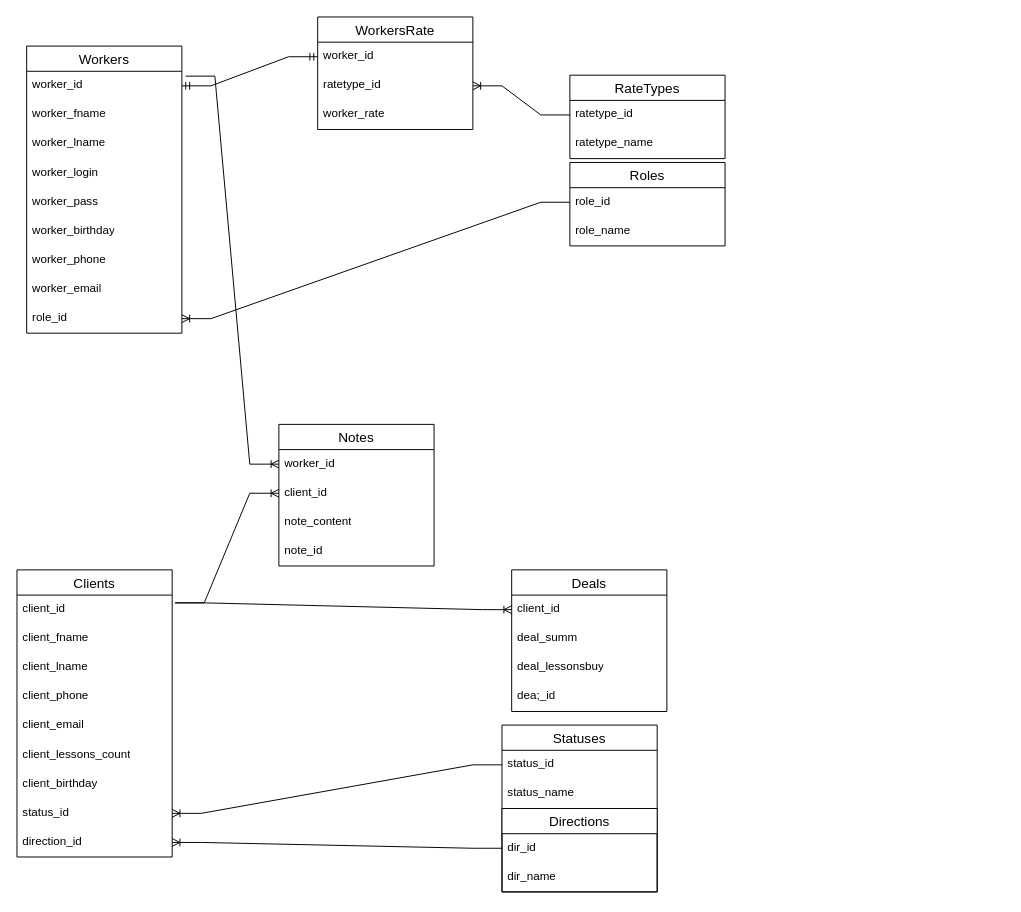
This is server_notes/db_diagramm.drawio from KBcHMFollower/crm, a draw.io file, before an edit. Source tidied: cells renumbered, new cells numbered last; positions are measured from the earlier drawing's top-left corner, leaving out a move shared by most shapes. Both pictures are drawn from the tidied source at 97%, with x=0, y=0 at pixel (16, 16).
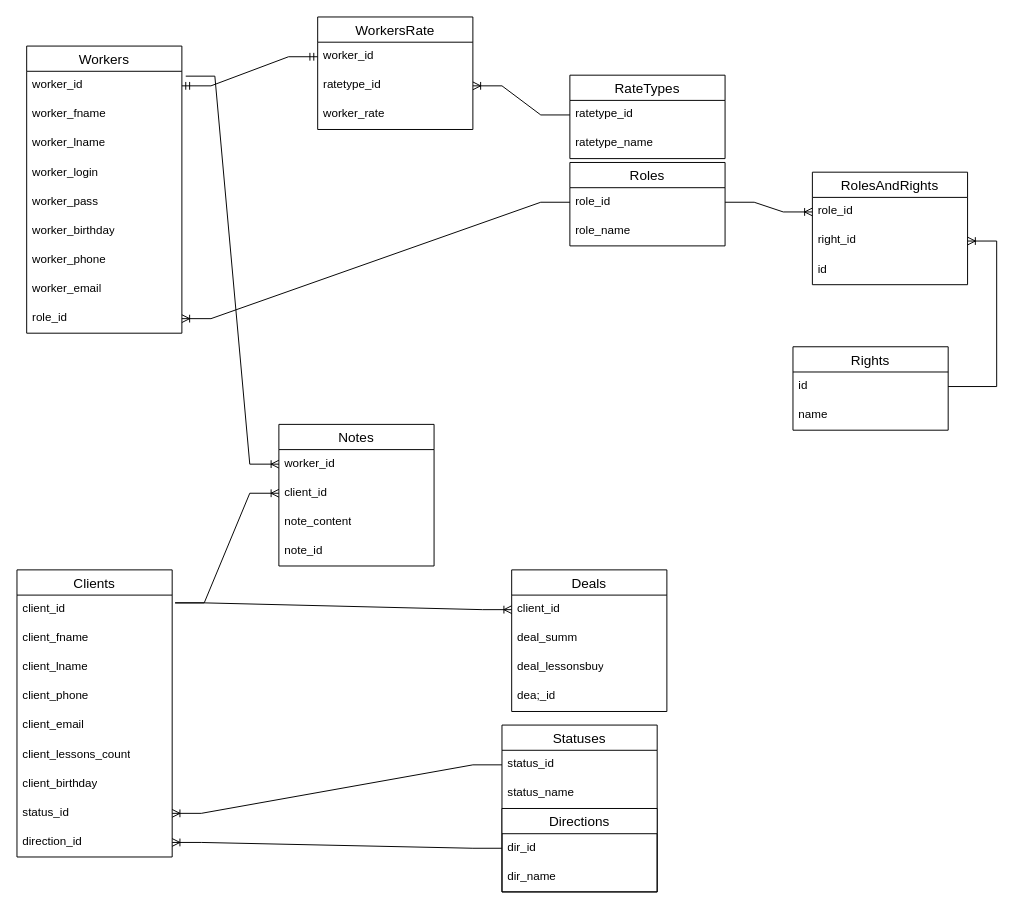
The same page after the edit.

Unchanged cells that the change refers to:
```xml
<mxCell id="20" value="role_id" style="text;strokeColor=none;fillColor=none;spacingLeft=4;spacingRight=4;overflow=hidden;points=[[0,0.5],[1,0.5]];portConstraint=eastwest;fontSize=12;whiteSpace=wrap;html=1;" parent="19" vertex="1">
  <mxGeometry y="26" width="160" height="30" as="geometry" />
</mxCell>
```

The edit, as a diff of the source:
```diff
@@
+    <mxCell id="56" value="Rights" style="swimlane;fontStyle=0;horizontal=1;startSize=26;align=center;fontSize=14;" parent="1" vertex="1">
+      <mxGeometry x="800" y="340" width="160" height="86" as="geometry" />
+    </mxCell>
+    <mxCell id="57" value="id" style="text;strokeColor=none;fillColor=none;spacingLeft=4;spacingRight=4;overflow=hidden;points=[[0,0.5],[1,0.5]];portConstraint=eastwest;fontSize=12;whiteSpace=wrap;html=1;" parent="56" vertex="1">
+      <mxGeometry y="26" width="160" height="30" as="geometry" />
+    </mxCell>
+    <mxCell id="58" value="name" style="text;strokeColor=none;fillColor=none;spacingLeft=4;spacingRight=4;overflow=hidden;fontSize=12;whiteSpace=wrap;html=1;" parent="56" vertex="1">
+      <mxGeometry y="56" width="160" height="30" as="geometry" />
+    </mxCell>
+    <mxCell id="59" value="RolesAndRights" style="swimlane;fontStyle=0;horizontal=1;startSize=26;align=center;fontSize=14;" parent="1" vertex="1">
+      <mxGeometry x="820" y="160" width="160" height="116" as="geometry" />
+    </mxCell>
+    <mxCell id="60" value="role_id" style="text;strokeColor=none;fillColor=none;spacingLeft=4;spacingRight=4;overflow=hidden;points=[[0,0.5],[1,0.5]];portConstraint=eastwest;fontSize=12;whiteSpace=wrap;html=1;" parent="59" vertex="1">
+      <mxGeometry y="26" width="160" height="30" as="geometry" />
+    </mxCell>
+    <mxCell id="61" value="right_id" style="text;strokeColor=none;fillColor=none;spacingLeft=4;spacingRight=4;overflow=hidden;points=[[0,0.5],[1,0.5]];portConstraint=eastwest;fontSize=12;whiteSpace=wrap;html=1;" parent="59" vertex="1">
+      <mxGeometry y="56" width="160" height="30" as="geometry" />
+    </mxCell>
+    <mxCell id="62" value="id" style="text;strokeColor=none;fillColor=none;spacingLeft=4;spacingRight=4;overflow=hidden;fontSize=12;whiteSpace=wrap;html=1;" parent="59" vertex="1">
+      <mxGeometry y="86" width="160" height="30" as="geometry" />
+    </mxCell>
+    <mxCell id="63" style="edgeStyle=entityRelationEdgeStyle;fontSize=12;html=1;endArrow=ERoneToMany;rounded=0;exitX=1;exitY=0.5;exitDx=0;exitDy=0;" parent="1" edge="1" source="57" target="61">
+      <mxGeometry relative="1" as="geometry" />
+    </mxCell>
+    <mxCell id="64" style="edgeStyle=entityRelationEdgeStyle;fontSize=12;html=1;endArrow=ERoneToMany;rounded=0;entryX=0;entryY=0.5;entryDx=0;entryDy=0;exitX=1;exitY=0.5;exitDx=0;exitDy=0;" parent="1" edge="1" source="20" target="60">
+      <mxGeometry relative="1" as="geometry" />
+    </mxCell>
```
